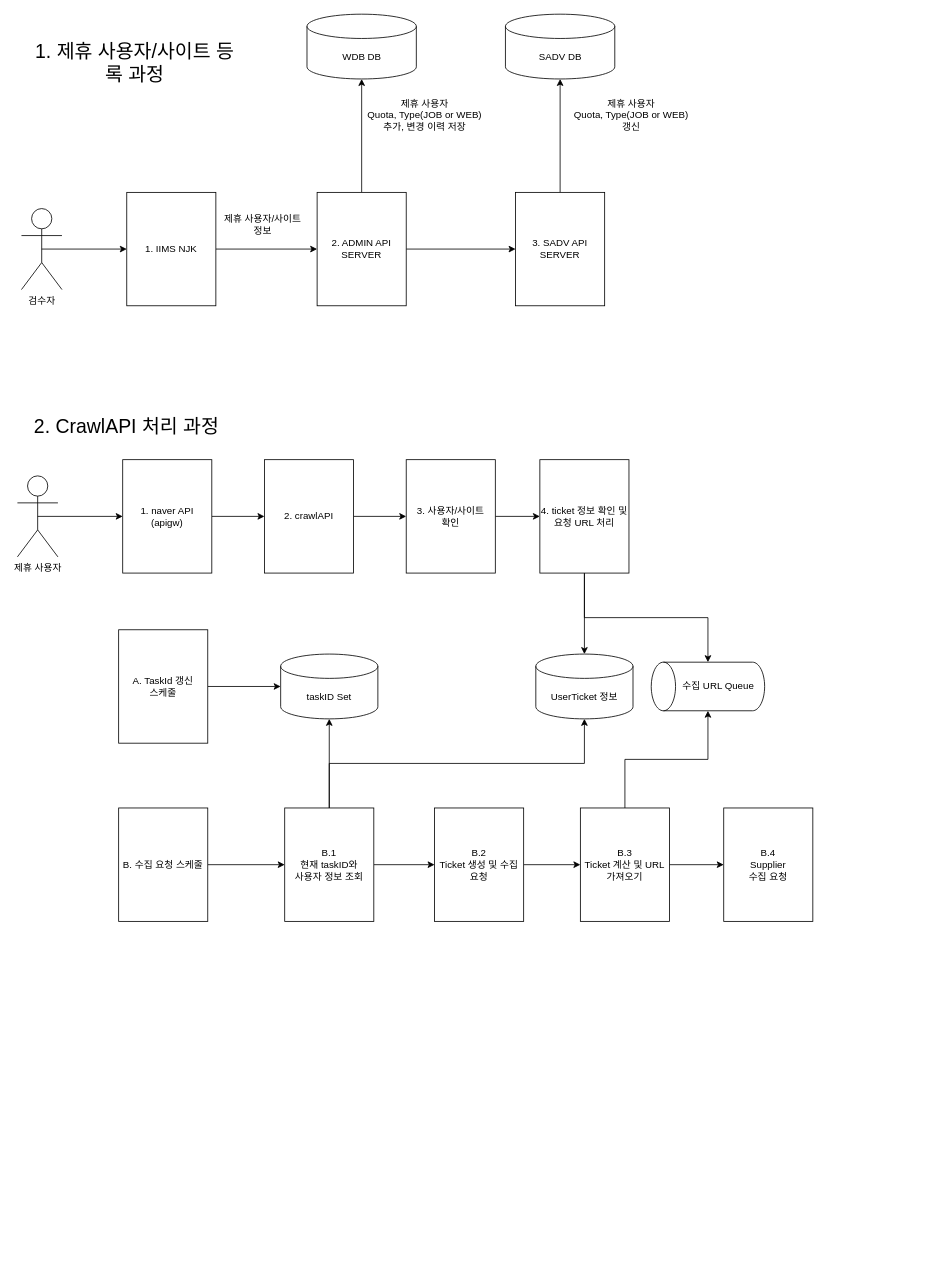
Before: crawlapi_process.drawio in hwan2v/archive, a draw.io diagram. Source tidied: cells renumbered, new cells numbered last; positions are measured from the earlier drawing's top-left corner, leaving out a move shared by most shapes. Both pictures are drawn from the tidied source at 81%, with x=0, y=0 at pixel (17, 14).
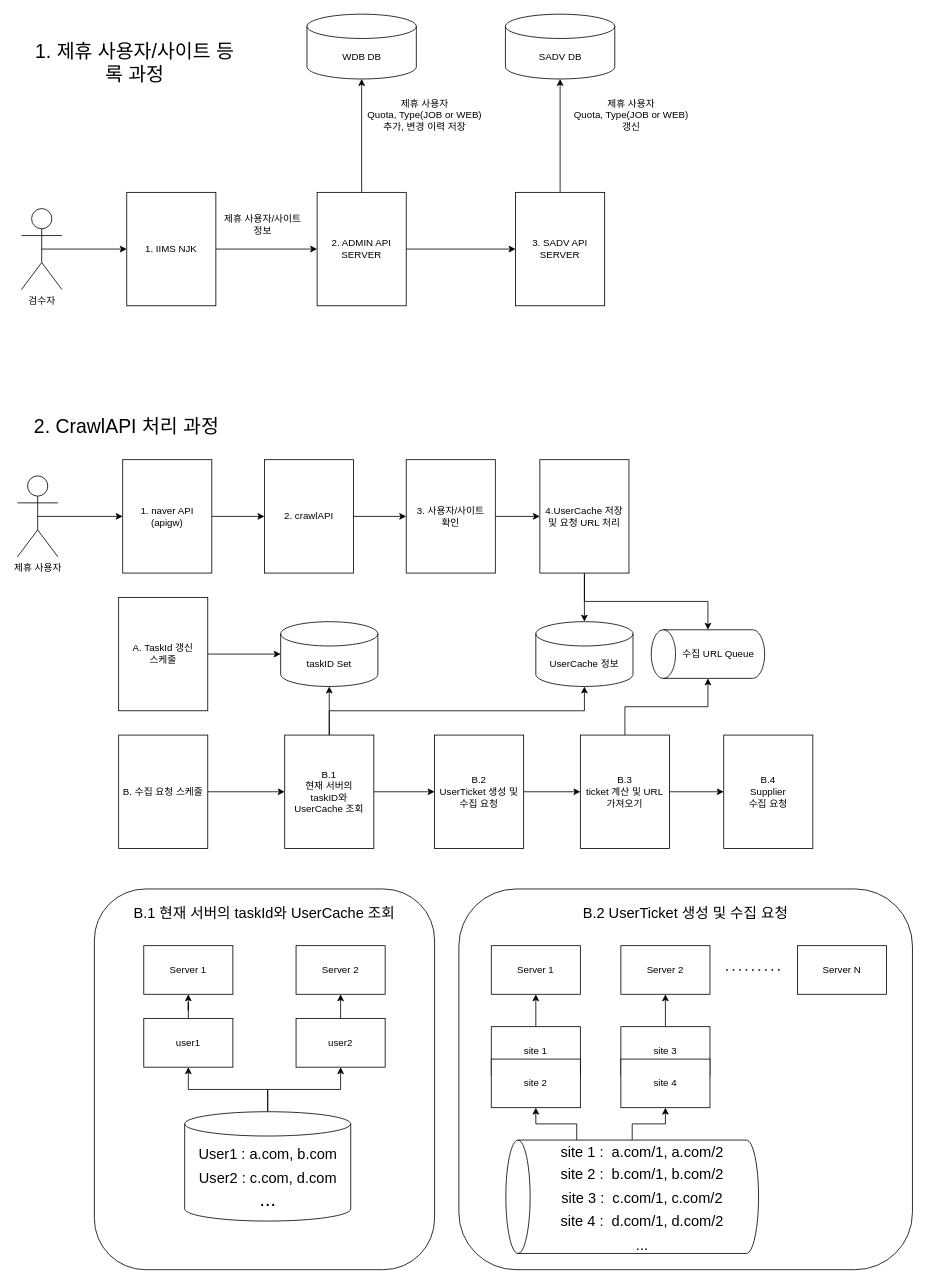
The same diagram, later.

Diff of the diagram source:
```diff
@@
+    <mxCell id="46" value="B.1 현재 서버의 taskId와 UserCache 조회&lt;br&gt;&lt;br&gt;&lt;br&gt;&lt;br&gt;&lt;br&gt;&lt;br&gt;&lt;br&gt;&lt;br&gt;&lt;br&gt;&lt;br&gt;&lt;br&gt;&lt;br&gt;&lt;br&gt;&lt;br&gt;&lt;br&gt;&lt;br&gt;&lt;br&gt;&lt;br&gt;&lt;br&gt;&lt;br&gt;" style="rounded=1;whiteSpace=wrap;html=1;fontSize=18;" parent="1" vertex="1">
+      <mxGeometry x="95" y="1080" width="420" height="470" as="geometry" />
+    </mxCell>
+    <mxCell id="47" value="B.2 UserTicket 생성 및 수집 요청&lt;br&gt;&lt;br&gt;&lt;br&gt;&lt;br&gt;&lt;br&gt;&lt;br&gt;&lt;br&gt;&lt;br&gt;&lt;br&gt;&lt;br&gt;&lt;br&gt;&lt;br&gt;&lt;br&gt;&lt;br&gt;&lt;br&gt;&lt;br&gt;&lt;br&gt;&lt;br&gt;&lt;br&gt;&lt;br&gt;" style="rounded=1;whiteSpace=wrap;html=1;fontSize=18;" parent="1" vertex="1">
+      <mxGeometry x="545" y="1080" width="560" height="470" as="geometry" />
+    </mxCell>
@@
     <mxCell id="4" value="수집 URL Queue" style="shape=cylinder3;whiteSpace=wrap;html=1;boundedLbl=1;backgroundOutline=1;size=15;direction=north;" parent="1" vertex="1">
-      <mxGeometry x="782.5" y="800" width="140" height="60" as="geometry" />
+      <mxGeometry x="782.5" y="760" width="140" height="60" as="geometry" />
     </mxCell>
@@
     <mxCell id="6" value="A. TaskId 갱신 &lt;br&gt;스케줄" style="rounded=0;whiteSpace=wrap;html=1;" parent="1" vertex="1">
-      <mxGeometry x="125" y="760" width="110" height="140" as="geometry" />
+      <mxGeometry x="125" y="720" width="110" height="140" as="geometry" />
     </mxCell>
@@
     <mxCell id="8" value="B. 수집 요청 스케줄" style="rounded=0;whiteSpace=wrap;html=1;" parent="1" vertex="1">
-      <mxGeometry x="125" y="980" width="110" height="140" as="geometry" />
+      <mxGeometry x="125" y="890" width="110" height="140" as="geometry" />
     </mxCell>
@@
     <mxCell id="23" value="taskID Set" style="shape=cylinder3;whiteSpace=wrap;html=1;boundedLbl=1;backgroundOutline=1;size=15;" parent="1" vertex="1">
-      <mxGeometry x="325" y="790" width="120" height="80" as="geometry" />
+      <mxGeometry x="325" y="750" width="120" height="80" as="geometry" />
     </mxCell>
-    <mxCell id="24" value="UserTicket 정보" style="shape=cylinder3;whiteSpace=wrap;html=1;boundedLbl=1;backgroundOutline=1;size=15;" parent="1" vertex="1">
-      <mxGeometry x="640" y="790" width="120" height="80" as="geometry" />
+    <mxCell id="24" value="UserCache 정보" style="shape=cylinder3;whiteSpace=wrap;html=1;boundedLbl=1;backgroundOutline=1;size=15;" parent="1" vertex="1">
+      <mxGeometry x="640" y="750" width="120" height="80" as="geometry" />
     </mxCell>
@@
-    <mxCell id="35" value="4. ticket 정보 확인 및 요청 URL 처리" style="rounded=0;whiteSpace=wrap;html=1;" parent="1" vertex="1">
+    <mxCell id="35" value="4.UserCache 저장 및 요청 URL 처리" style="rounded=0;whiteSpace=wrap;html=1;" parent="1" vertex="1">
       <mxGeometry x="645" y="550" width="110" height="140" as="geometry" />
     </mxCell>
@@
-    <mxCell id="39" value="B.1&lt;br&gt;현재 taskID와&lt;br&gt;사용자 정보 조회" style="rounded=0;whiteSpace=wrap;html=1;" parent="1" vertex="1">
-      <mxGeometry x="330" y="980" width="110" height="140" as="geometry" />
+    <mxCell id="39" value="B.1&lt;br&gt;현재 서버의 &lt;br&gt;taskID와&lt;br&gt;UserCache 조회" style="rounded=0;whiteSpace=wrap;html=1;" parent="1" vertex="1">
+      <mxGeometry x="330" y="890" width="110" height="140" as="geometry" />
     </mxCell>
@@
-    <mxCell id="41" value="B.2&lt;br&gt;Ticket 생성 및 수집 요청" style="rounded=0;whiteSpace=wrap;html=1;" parent="1" vertex="1">
-      <mxGeometry x="515" y="980" width="110" height="140" as="geometry" />
+    <mxCell id="41" value="B.2&lt;br&gt;UserTicket 생성 및 수집 요청" style="rounded=0;whiteSpace=wrap;html=1;" parent="1" vertex="1">
+      <mxGeometry x="515" y="890" width="110" height="140" as="geometry" />
     </mxCell>
@@
-    <mxCell id="44" value="B.3&lt;br&gt;Ticket 계산 및 URL 가져오기" style="rounded=0;whiteSpace=wrap;html=1;" parent="1" vertex="1">
-      <mxGeometry x="695" y="980" width="110" height="140" as="geometry" />
+    <mxCell id="44" value="B.3&lt;br&gt;ticket 계산 및 URL 가져오기" style="rounded=0;whiteSpace=wrap;html=1;" parent="1" vertex="1">
+      <mxGeometry x="695" y="890" width="110" height="140" as="geometry" />
     </mxCell>
     <mxCell id="45" value="B.4&lt;br&gt;Supplier&lt;br&gt;수집 요청" style="rounded=0;whiteSpace=wrap;html=1;" parent="1" vertex="1">
-      <mxGeometry x="872" y="980" width="110" height="140" as="geometry" />
+      <mxGeometry x="872" y="890" width="110" height="140" as="geometry" />
     </mxCell>
+    <mxCell id="48" value="Server 1" style="rounded=0;whiteSpace=wrap;html=1;" parent="1" vertex="1">
+      <mxGeometry x="585" y="1150" width="110" height="60" as="geometry" />
+    </mxCell>
+    <mxCell id="49" value="Server 2" style="rounded=0;whiteSpace=wrap;html=1;" parent="1" vertex="1">
+      <mxGeometry x="745" y="1150" width="110" height="60" as="geometry" />
+    </mxCell>
+    <mxCell id="50" style="endArrow=none;dashed=1;html=1;dashPattern=1 3;strokeWidth=2;rounded=0;fontSize=24;" parent="1" edge="1">
+      <mxGeometry relative="1" as="geometry">
+        <mxPoint x="875" y="1180" as="sourcePoint" />
+        <mxPoint x="945" y="1180" as="targetPoint" />
+        <Array as="points">
+          <mxPoint x="945" y="1180" />
+        </Array>
+      </mxGeometry>
+    </mxCell>
+    <mxCell id="51" value="Server N" style="rounded=0;whiteSpace=wrap;html=1;" parent="1" vertex="1">
+      <mxGeometry x="963" y="1150" width="110" height="60" as="geometry" />
+    </mxCell>
+    <mxCell id="52" style="edgeStyle=orthogonalEdgeStyle;rounded=0;jettySize=auto;html=1;exitX=1;exitY=0;exitDx=0;exitDy=87.5;exitPerimeter=0;fontSize=18;" parent="1" edge="1" source="54" target="57">
+      <mxGeometry relative="1" as="geometry" />
+    </mxCell>
+    <mxCell id="53" style="edgeStyle=orthogonalEdgeStyle;rounded=0;jettySize=auto;html=1;exitX=1;exitY=0.5;exitDx=0;exitDy=0;exitPerimeter=0;fontSize=18;" parent="1" edge="1" source="54" target="60">
+      <mxGeometry relative="1" as="geometry" />
+    </mxCell>
+    <mxCell id="54" value="&lt;font style=&quot;font-size: 18px;&quot;&gt;site 1 :&amp;nbsp; a.com/1, a.com/2&lt;br&gt;site 2 :&amp;nbsp; b.com/1, b.com/2&lt;br&gt;site 3 :&amp;nbsp; c.com/1, c.com/2&lt;br&gt;site 4 :&amp;nbsp; d.com/1, d.com/2&lt;br&gt;...&lt;br&gt;&lt;/font&gt;" style="shape=cylinder3;whiteSpace=wrap;html=1;boundedLbl=1;backgroundOutline=1;size=15;fontSize=24;direction=north;" parent="1" vertex="1">
+      <mxGeometry x="603" y="1390" width="312" height="140" as="geometry" />
+    </mxCell>
+    <mxCell id="55" style="edgeStyle=orthogonalEdgeStyle;rounded=0;jettySize=auto;html=1;exitX=0.5;exitY=0;exitDx=0;exitDy=0;fontSize=18;" parent="1" edge="1" source="56" target="48">
+      <mxGeometry relative="1" as="geometry" />
+    </mxCell>
+    <mxCell id="56" value="site 1" style="rounded=0;whiteSpace=wrap;html=1;" parent="1" vertex="1">
+      <mxGeometry x="585" y="1250" width="110" height="60" as="geometry" />
+    </mxCell>
+    <mxCell id="57" value="site 2" style="rounded=0;whiteSpace=wrap;html=1;" parent="1" vertex="1">
+      <mxGeometry x="585" y="1290" width="110" height="60" as="geometry" />
+    </mxCell>
+    <mxCell id="58" style="edgeStyle=orthogonalEdgeStyle;rounded=0;jettySize=auto;html=1;exitX=0.5;exitY=0;exitDx=0;exitDy=0;entryX=0.5;entryY=1;entryDx=0;entryDy=0;fontSize=18;" parent="1" edge="1" source="59" target="49">
+      <mxGeometry relative="1" as="geometry" />
+    </mxCell>
+    <mxCell id="59" value="site 3" style="rounded=0;whiteSpace=wrap;html=1;" parent="1" vertex="1">
+      <mxGeometry x="745" y="1250" width="110" height="60" as="geometry" />
+    </mxCell>
+    <mxCell id="60" value="site 4" style="rounded=0;whiteSpace=wrap;html=1;" parent="1" vertex="1">
+      <mxGeometry x="745" y="1290" width="110" height="60" as="geometry" />
+    </mxCell>
+    <mxCell id="61" style="edgeStyle=orthogonalEdgeStyle;rounded=0;jettySize=auto;html=1;exitX=0.5;exitY=0;exitDx=0;exitDy=0;exitPerimeter=0;fontSize=18;" parent="1" edge="1" source="63" target="67">
+      <mxGeometry relative="1" as="geometry" />
+    </mxCell>
+    <mxCell id="62" style="edgeStyle=orthogonalEdgeStyle;rounded=0;jettySize=auto;html=1;exitX=0.5;exitY=0;exitDx=0;exitDy=0;exitPerimeter=0;fontSize=18;" parent="1" edge="1" source="63" target="69">
+      <mxGeometry relative="1" as="geometry" />
+    </mxCell>
+    <mxCell id="63" value="&lt;font style=&quot;font-size: 18px;&quot;&gt;User1 : a.com, b.com&lt;br&gt;User2 : c.com, d.com&lt;/font&gt;&lt;br&gt;..." style="shape=cylinder3;whiteSpace=wrap;html=1;boundedLbl=1;backgroundOutline=1;size=15;fontSize=24;direction=east;" parent="1" vertex="1">
+      <mxGeometry x="206.5" y="1355" width="205" height="135" as="geometry" />
+    </mxCell>
+    <mxCell id="64" value="Server 1" style="rounded=0;whiteSpace=wrap;html=1;" parent="1" vertex="1">
+      <mxGeometry x="156" y="1150" width="110" height="60" as="geometry" />
+    </mxCell>
+    <mxCell id="65" value="Server 2" style="rounded=0;whiteSpace=wrap;html=1;" parent="1" vertex="1">
+      <mxGeometry x="344" y="1150" width="110" height="60" as="geometry" />
+    </mxCell>
+    <mxCell id="66" style="edgeStyle=orthogonalEdgeStyle;rounded=0;jettySize=auto;html=1;exitX=0.5;exitY=0;exitDx=0;exitDy=0;fontSize=18;" parent="1" edge="1" source="67" target="64">
+      <mxGeometry relative="1" as="geometry" />
+    </mxCell>
+    <mxCell id="67" value="user1" style="rounded=0;whiteSpace=wrap;html=1;" parent="1" vertex="1">
+      <mxGeometry x="156" y="1240" width="110" height="60" as="geometry" />
+    </mxCell>
+    <mxCell id="68" style="edgeStyle=orthogonalEdgeStyle;rounded=0;jettySize=auto;html=1;exitX=0.5;exitY=0;exitDx=0;exitDy=0;entryX=0.5;entryY=1;entryDx=0;entryDy=0;fontSize=18;" parent="1" edge="1" source="69" target="65">
+      <mxGeometry relative="1" as="geometry" />
+    </mxCell>
+    <mxCell id="69" value="user2" style="rounded=0;whiteSpace=wrap;html=1;" parent="1" vertex="1">
+      <mxGeometry x="344" y="1240" width="110" height="60" as="geometry" />
+    </mxCell>
```
